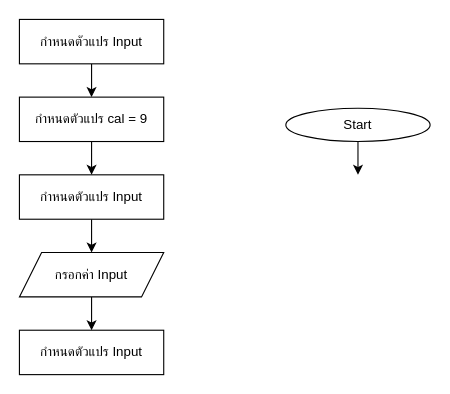
Before: HW/HW6/hw06-4/hw06-4.drawio in aphiwat-window/ENGCE117, a draw.io diagram. Source tidied: cells renumbered, new cells numbered last; positions are measured from the earlier drawing's top-left corner, leaving out a move shared by most shapes. Both pictures are drawn from the tidied source at 111%, with x=0, y=0 at pixel (19, 19).
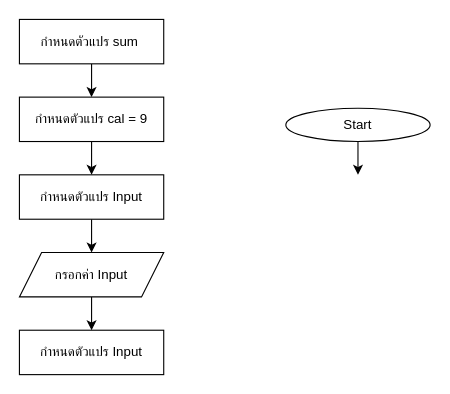
Above is the later version.

What changed in the source:
```diff
@@
 <mxGraphModel>
   <root>
     <mxCell id="0" />
     <mxCell id="1" parent="0" />
     <mxCell id="2" style="edgeStyle=orthogonalEdgeStyle;rounded=0;jettySize=auto;html=1;" parent="1" edge="1" source="3">
       <mxGeometry relative="1" as="geometry">
         <mxPoint x="305" y="140" as="targetPoint" />
       </mxGeometry>
     </mxCell>
     <mxCell id="3" value="&lt;font face=&quot;Sarabun&quot;&gt;Start&lt;/font&gt;" style="ellipse;whiteSpace=wrap;html=1;" parent="1" vertex="1">
       <mxGeometry x="240" y="80" width="130" height="30" as="geometry" />
     </mxCell>
     <mxCell id="4" style="edgeStyle=orthogonalEdgeStyle;rounded=0;jettySize=auto;html=1;" parent="1" edge="1" source="5" target="7">
       <mxGeometry relative="1" as="geometry" />
     </mxCell>
     <mxCell id="5" value="กำหนดตัวแปร Input" style="rounded=0;whiteSpace=wrap;html=1;" parent="1" vertex="1">
       <mxGeometry y="140" width="130" height="40" as="geometry" />
     </mxCell>
     <mxCell id="6" style="edgeStyle=orthogonalEdgeStyle;rounded=0;jettySize=auto;html=1;" parent="1" edge="1" source="7" target="8">
       <mxGeometry relative="1" as="geometry" />
     </mxCell>
     <mxCell id="7" value="กรอกค่า Input" style="shape=parallelogram;perimeter=parallelogramPerimeter;whiteSpace=wrap;html=1;fixedSize=1;" parent="1" vertex="1">
       <mxGeometry y="210" width="130" height="40" as="geometry" />
     </mxCell>
     <mxCell id="8" value="กำหนดตัวแปร Input" style="rounded=0;whiteSpace=wrap;html=1;" parent="1" vertex="1">
       <mxGeometry y="280" width="130" height="40" as="geometry" />
     </mxCell>
     <mxCell id="9" style="edgeStyle=orthogonalEdgeStyle;rounded=0;jettySize=auto;html=1;" parent="1" edge="1" source="10" target="5">
       <mxGeometry relative="1" as="geometry" />
     </mxCell>
     <mxCell id="10" value="กำหนดตัวแปร cal = 9" style="rounded=0;whiteSpace=wrap;html=1;" parent="1" vertex="1">
       <mxGeometry y="70" width="130" height="40" as="geometry" />
     </mxCell>
     <mxCell id="11" style="edgeStyle=orthogonalEdgeStyle;rounded=0;jettySize=auto;html=1;" parent="1" edge="1" source="12" target="10">
       <mxGeometry relative="1" as="geometry" />
     </mxCell>
-    <mxCell id="12" value="กำหนดตัวแปร Input" style="rounded=0;whiteSpace=wrap;html=1;" parent="1" vertex="1">
+    <mxCell id="12" value="กำหนดตัวแปร sum&amp;nbsp;" style="rounded=0;whiteSpace=wrap;html=1;" parent="1" vertex="1">
       <mxGeometry width="130" height="40" as="geometry" />
     </mxCell>
   </root>
 </mxGraphModel>
```
